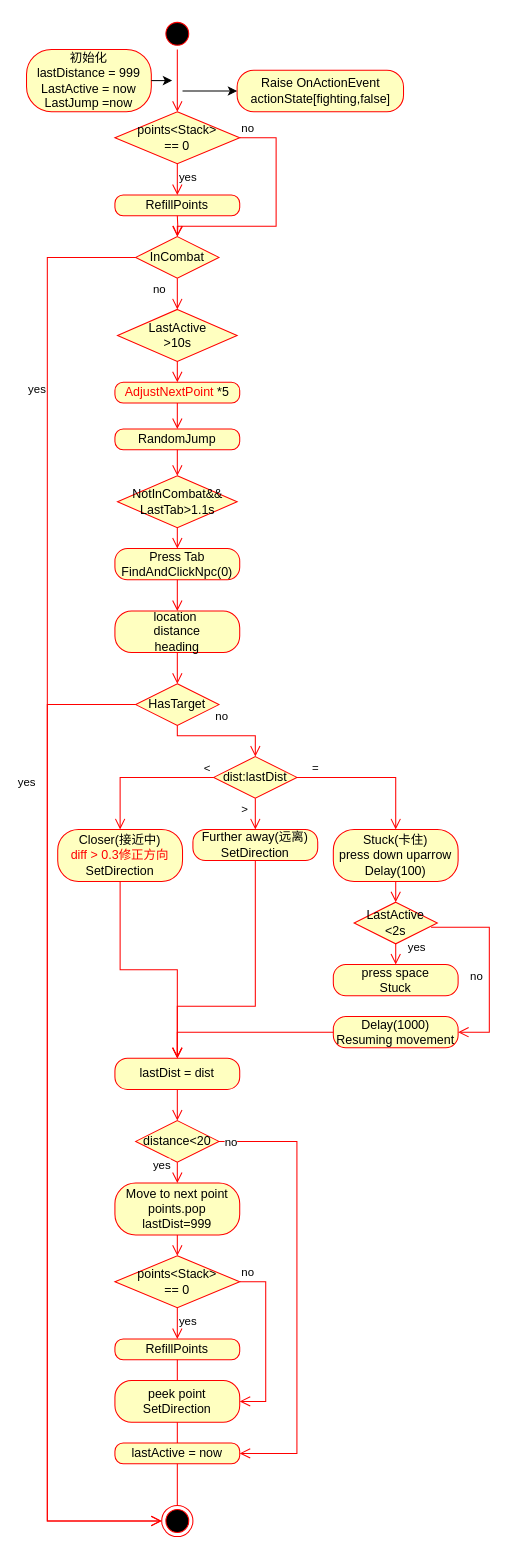
This is FollowRouteAction.drawio from YannieCheung/botgrams, a draw.io file, before an edit. Source tidied: cells renumbered, new cells numbered last; positions are measured from the earlier drawing's top-left corner, leaving out a move shared by most shapes. Both pictures are drawn from the tidied source at 104%, with x=0, y=0 at pixel (26, 18).
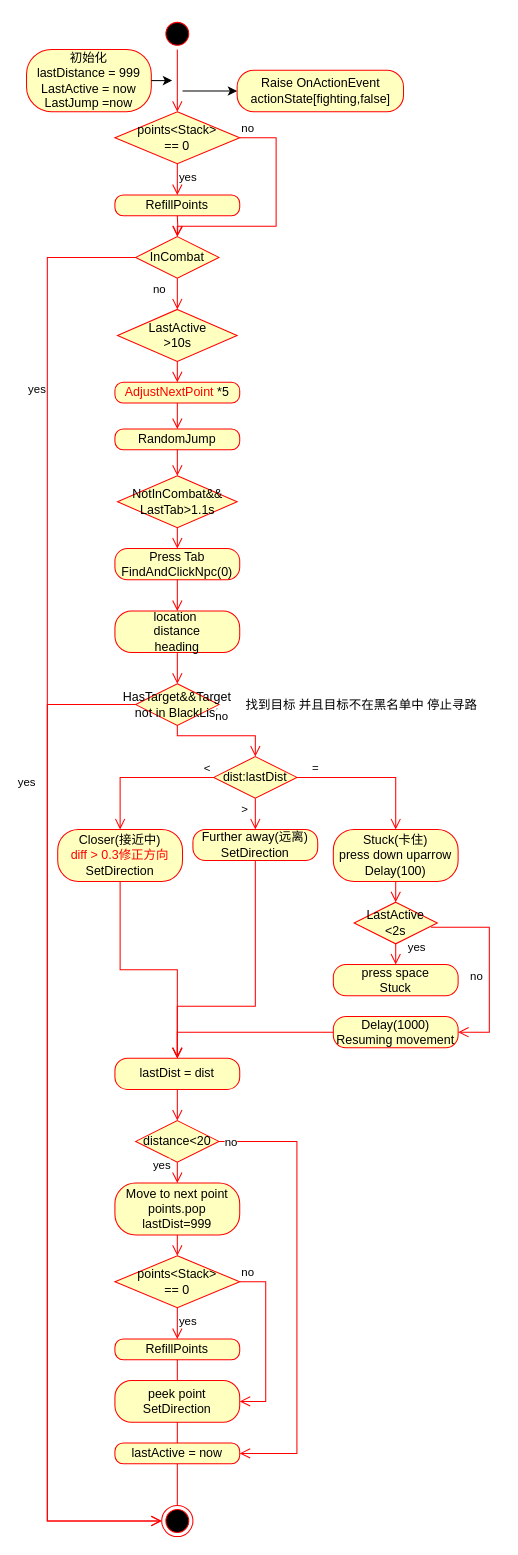
Above is the later version.

Change to the diagram source:
```diff
@@
-    <mxCell id="23" value="HasTarget" style="rhombus;whiteSpace=wrap;html=1;fillColor=#ffffc0;strokeColor=#ff0000;" parent="1" vertex="1">
+    <mxCell id="23" value="HasTarget&amp;amp;&amp;amp;Target not in BlackList" style="rhombus;whiteSpace=wrap;html=1;fillColor=#ffffc0;strokeColor=#ff0000;" parent="1" vertex="1">
       <mxGeometry x="105" y="640" width="80" height="40" as="geometry" />
     </mxCell>
@@
+    <mxCell id="64" value="找到目标 并且目标不在黑名单中 停止寻路" style="text;strokeColor=none;fillColor=none;align=left;verticalAlign=top;spacingLeft=4;spacingRight=4;overflow=hidden;" parent="1" vertex="1">
+      <mxGeometry x="205" y="647" width="235" height="26" as="geometry" />
+    </mxCell>
```
